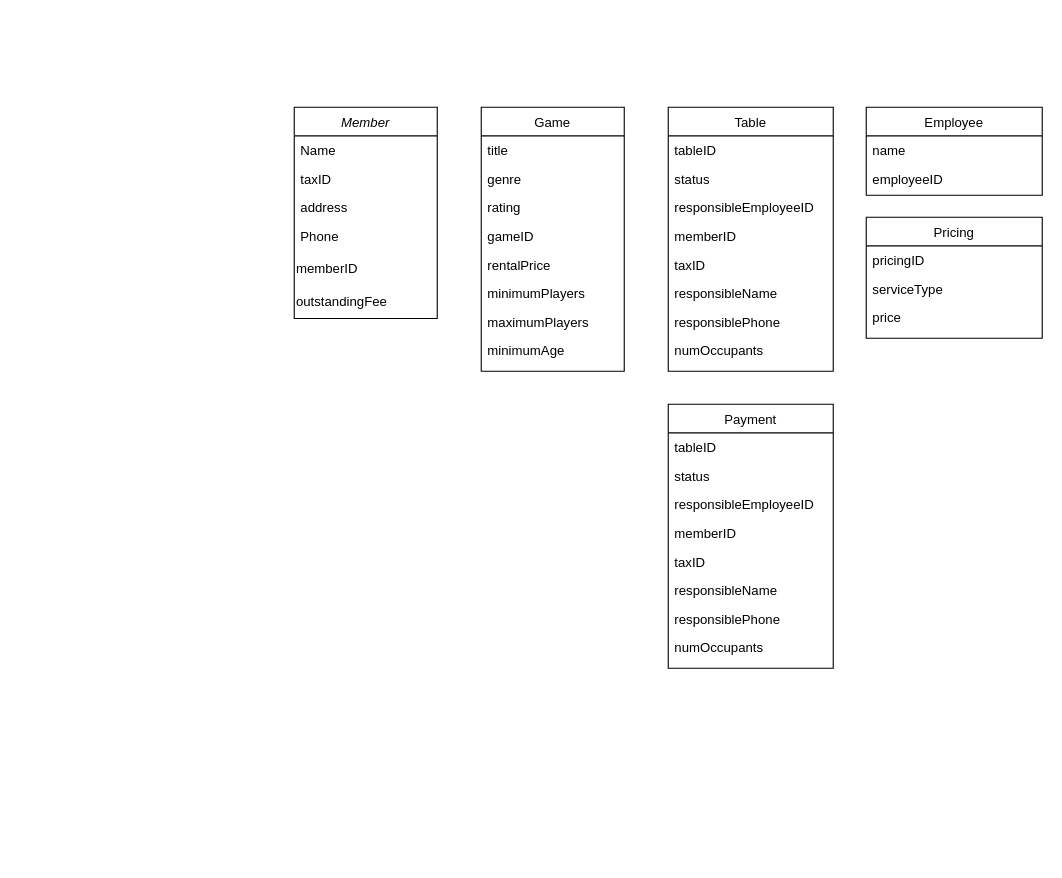
The draw.io diagram Untitled Diagram.drawio in luccamarshall/DCO, before the edit. Source tidied: cells renumbered, new cells numbered last; positions are measured from the earlier drawing's top-left corner, leaving out a move shared by most shapes. Both pictures are drawn from the tidied source at 110%, with x=0, y=0 at pixel (294, 107).
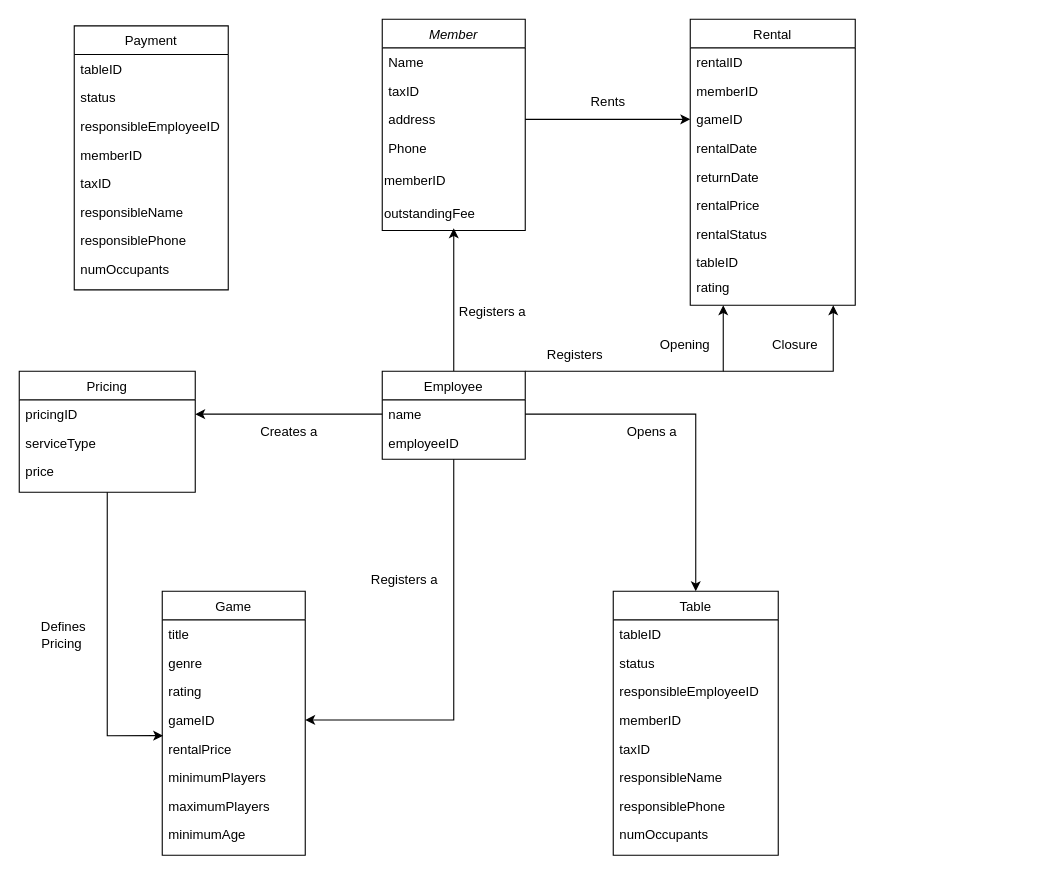
The same diagram, later.

The change refers to these unchanged cells:
```xml
<mxCell id="5" value="address" style="text;align=left;verticalAlign=top;spacingLeft=4;spacingRight=4;overflow=hidden;points=[[0,0.5],[1,0.5]];portConstraint=eastwest;rounded=0;shadow=0;html=0;" parent="2" vertex="1">
  <mxGeometry y="78" width="130" height="26" as="geometry" />
</mxCell>
<mxCell id="25" value="gameID" style="text;align=left;verticalAlign=top;spacingLeft=4;spacingRight=4;overflow=hidden;points=[[0,0.5],[1,0.5]];portConstraint=eastwest;rounded=0;shadow=0;html=0;" parent="21" vertex="1">
  <mxGeometry y="104" width="130" height="26" as="geometry" />
</mxCell>
<mxCell id="26" value="rentalPrice" style="text;align=left;verticalAlign=top;spacingLeft=4;spacingRight=4;overflow=hidden;points=[[0,0.5],[1,0.5]];portConstraint=eastwest;rounded=0;shadow=0;html=0;" parent="21" vertex="1">
  <mxGeometry y="130" width="130" height="26" as="geometry" />
</mxCell>
<mxCell id="40" value="pricingID" style="text;align=left;verticalAlign=top;spacingLeft=4;spacingRight=4;overflow=hidden;points=[[0,0.5],[1,0.5]];portConstraint=eastwest;" parent="39" vertex="1">
  <mxGeometry y="26" width="160" height="26" as="geometry" />
</mxCell>
```

What changed in the source:
```diff
@@
     <mxCell id="2" value="Member" style="swimlane;fontStyle=2;align=center;verticalAlign=top;horizontal=1;startSize=26;rounded=0;shadow=0;strokeWidth=1;" parent="1" vertex="1">
-      <mxGeometry width="130" height="192" as="geometry" />
+      <mxGeometry x="80" y="-80" width="130" height="192" as="geometry" />
     </mxCell>
@@
+    <mxCell id="43" style="edgeStyle=orthogonalEdgeStyle;rounded=0;jettySize=auto;html=1;" parent="1" edge="1" source="9">
+      <mxGeometry relative="1" as="geometry">
+        <mxPoint x="145" y="110" as="targetPoint" />
+      </mxGeometry>
+    </mxCell>
+    <mxCell id="44" style="edgeStyle=orthogonalEdgeStyle;rounded=0;jettySize=auto;html=1;entryX=1;entryY=0.5;entryDx=0;entryDy=0;" parent="1" edge="1" source="9" target="25">
+      <mxGeometry relative="1" as="geometry" />
+    </mxCell>
+    <mxCell id="45" style="edgeStyle=orthogonalEdgeStyle;rounded=0;jettySize=auto;html=1;exitX=1;exitY=0;exitDx=0;exitDy=0;" parent="1" edge="1" source="9">
+      <mxGeometry relative="1" as="geometry">
+        <mxPoint x="390" y="180" as="targetPoint" />
+        <Array as="points">
+          <mxPoint x="390" y="240" />
+          <mxPoint x="390" y="180" />
+        </Array>
+      </mxGeometry>
+    </mxCell>
     <mxCell id="9" value="Employee" style="swimlane;fontStyle=0;align=center;verticalAlign=top;horizontal=1;startSize=26;rounded=0;shadow=0;strokeWidth=1;" parent="1" vertex="1">
-      <mxGeometry x="520" width="160" height="80" as="geometry" />
+      <mxGeometry x="80" y="240" width="130" height="80" as="geometry" />
     </mxCell>
     <mxCell id="10" value="name" style="text;align=left;verticalAlign=top;spacingLeft=4;spacingRight=4;overflow=hidden;points=[[0,0.5],[1,0.5]];portConstraint=eastwest;" parent="9" vertex="1">
-      <mxGeometry y="26" width="160" height="26" as="geometry" />
+      <mxGeometry y="26" width="130" height="26" as="geometry" />
     </mxCell>
     <mxCell id="11" value="employeeID" style="text;align=left;verticalAlign=top;spacingLeft=4;spacingRight=4;overflow=hidden;rounded=0;shadow=0;html=0;" parent="9" vertex="1">
-      <mxGeometry y="52" width="160" height="26" as="geometry" />
+      <mxGeometry y="52" width="130" height="26" as="geometry" />
     </mxCell>
     <mxCell id="12" value="Table" style="swimlane;fontStyle=0;align=center;verticalAlign=top;horizontal=1;startSize=26;rounded=0;shadow=0;strokeWidth=1;" parent="1" vertex="1">
-      <mxGeometry x="340" width="150" height="240" as="geometry" />
+      <mxGeometry x="290" y="440" width="150" height="240" as="geometry" />
     </mxCell>
@@
     <mxCell id="21" value="Game" style="swimlane;fontStyle=0;align=center;verticalAlign=top;horizontal=1;startSize=26;rounded=0;shadow=0;strokeWidth=1;" parent="1" vertex="1">
-      <mxGeometry x="170" width="130" height="240" as="geometry" />
+      <mxGeometry x="-120" y="440" width="130" height="240" as="geometry" />
     </mxCell>
@@
     <mxCell id="30" value="Payment" style="swimlane;fontStyle=0;align=center;verticalAlign=top;horizontal=1;startSize=26;rounded=0;shadow=0;strokeWidth=1;" parent="1" vertex="1">
-      <mxGeometry x="340" y="270" width="150" height="240" as="geometry" />
+      <mxGeometry x="-200" y="-74" width="140" height="240" as="geometry" />
     </mxCell>
     <mxCell id="31" value="tableID" style="text;align=left;verticalAlign=top;spacingLeft=4;spacingRight=4;overflow=hidden;" parent="30" vertex="1">
-      <mxGeometry y="26" width="150" height="26" as="geometry" />
+      <mxGeometry y="26" width="140" height="26" as="geometry" />
     </mxCell>
     <mxCell id="32" value="status" style="text;align=left;verticalAlign=top;spacingLeft=4;spacingRight=4;overflow=hidden;" parent="30" vertex="1">
-      <mxGeometry y="52" width="150" height="26" as="geometry" />
+      <mxGeometry y="52" width="140" height="26" as="geometry" />
     </mxCell>
     <mxCell id="33" value="responsibleEmployeeID" style="text;align=left;verticalAlign=top;spacingLeft=4;spacingRight=4;overflow=hidden;" parent="30" vertex="1">
-      <mxGeometry y="78" width="150" height="26" as="geometry" />
+      <mxGeometry y="78" width="140" height="26" as="geometry" />
     </mxCell>
     <mxCell id="34" value="memberID" style="text;align=left;verticalAlign=top;spacingLeft=4;spacingRight=4;overflow=hidden;" parent="30" vertex="1">
-      <mxGeometry y="104" width="150" height="26" as="geometry" />
+      <mxGeometry y="104" width="140" height="26" as="geometry" />
     </mxCell>
     <mxCell id="35" value="taxID" style="text;align=left;verticalAlign=top;spacingLeft=4;spacingRight=4;overflow=hidden;" parent="30" vertex="1">
-      <mxGeometry y="130" width="150" height="26" as="geometry" />
+      <mxGeometry y="130" width="140" height="26" as="geometry" />
     </mxCell>
     <mxCell id="36" value="responsibleName" style="text;align=left;verticalAlign=top;spacingLeft=4;spacingRight=4;overflow=hidden;" parent="30" vertex="1">
-      <mxGeometry y="156" width="150" height="26" as="geometry" />
+      <mxGeometry y="156" width="140" height="26" as="geometry" />
     </mxCell>
     <mxCell id="37" value="responsiblePhone" style="text;align=left;verticalAlign=top;spacingLeft=4;spacingRight=4;overflow=hidden;" parent="30" vertex="1">
-      <mxGeometry y="182" width="150" height="26" as="geometry" />
+      <mxGeometry y="182" width="140" height="26" as="geometry" />
     </mxCell>
     <mxCell id="38" value="numOccupants&#10;" style="text;align=left;verticalAlign=top;spacingLeft=4;spacingRight=4;overflow=hidden;" parent="30" vertex="1">
-      <mxGeometry y="208" width="150" height="26" as="geometry" />
+      <mxGeometry y="208" width="140" height="26" as="geometry" />
     </mxCell>
+    <mxCell id="46" style="edgeStyle=orthogonalEdgeStyle;rounded=0;jettySize=auto;html=1;entryX=0.006;entryY=0.049;entryDx=0;entryDy=0;entryPerimeter=0;" parent="1" edge="1" source="39" target="26">
+      <mxGeometry relative="1" as="geometry" />
+    </mxCell>
     <mxCell id="39" value="Pricing" style="swimlane;fontStyle=0;align=center;verticalAlign=top;horizontal=1;startSize=26;rounded=0;shadow=0;strokeWidth=1;" parent="1" vertex="1">
-      <mxGeometry x="520" y="100" width="160" height="110" as="geometry" />
+      <mxGeometry x="-250" y="240" width="160" height="110" as="geometry" />
     </mxCell>
@@
+    <mxCell id="47" value="Rental" style="swimlane;fontStyle=0;align=center;verticalAlign=top;horizontal=1;startSize=26;rounded=0;shadow=0;strokeWidth=1;" parent="1" vertex="1">
+      <mxGeometry x="360" y="-80" width="150" height="260" as="geometry" />
+    </mxCell>
+    <mxCell id="48" value="rentalID" style="text;align=left;verticalAlign=top;spacingLeft=4;spacingRight=4;overflow=hidden;" parent="47" vertex="1">
+      <mxGeometry y="26" width="150" height="26" as="geometry" />
+    </mxCell>
+    <mxCell id="49" value="memberID" style="text;align=left;verticalAlign=top;spacingLeft=4;spacingRight=4;overflow=hidden;" parent="47" vertex="1">
+      <mxGeometry y="52" width="150" height="26" as="geometry" />
+    </mxCell>
+    <mxCell id="50" value="gameID" style="text;align=left;verticalAlign=top;spacingLeft=4;spacingRight=4;overflow=hidden;points=[[0,0.5],[1,0.5]];portConstraint=eastwest;" parent="47" vertex="1">
+      <mxGeometry y="78" width="150" height="26" as="geometry" />
+    </mxCell>
+    <mxCell id="51" value="rentalDate" style="text;align=left;verticalAlign=top;spacingLeft=4;spacingRight=4;overflow=hidden;" parent="47" vertex="1">
+      <mxGeometry y="104" width="150" height="26" as="geometry" />
+    </mxCell>
+    <mxCell id="52" value="returnDate" style="text;align=left;verticalAlign=top;spacingLeft=4;spacingRight=4;overflow=hidden;" parent="47" vertex="1">
+      <mxGeometry y="130" width="150" height="26" as="geometry" />
+    </mxCell>
+    <mxCell id="53" value="rentalPrice" style="text;align=left;verticalAlign=top;spacingLeft=4;spacingRight=4;overflow=hidden;" parent="47" vertex="1">
+      <mxGeometry y="156" width="150" height="26" as="geometry" />
+    </mxCell>
+    <mxCell id="54" value="rentalStatus" style="text;align=left;verticalAlign=top;spacingLeft=4;spacingRight=4;overflow=hidden;" parent="47" vertex="1">
+      <mxGeometry y="182" width="150" height="26" as="geometry" />
+    </mxCell>
+    <mxCell id="55" value="tableID" style="text;align=left;verticalAlign=top;spacingLeft=4;spacingRight=4;overflow=hidden;" parent="47" vertex="1">
+      <mxGeometry y="208" width="150" height="22" as="geometry" />
+    </mxCell>
+    <mxCell id="56" value="rating" style="text;align=left;verticalAlign=top;spacingLeft=4;spacingRight=4;overflow=hidden;" parent="47" vertex="1">
+      <mxGeometry y="230" width="150" height="22" as="geometry" />
+    </mxCell>
+    <mxCell id="57" value="Rents" style="text;html=1;align=center;verticalAlign=middle;strokeColor=none;fillColor=none;" parent="1" vertex="1">
+      <mxGeometry x="260" y="-20" width="50" height="30" as="geometry" />
+    </mxCell>
+    <mxCell id="58" value="Creates a" style="text;html=1;align=center;verticalAlign=middle;strokeColor=none;fillColor=none;" parent="1" vertex="1">
+      <mxGeometry x="-45" y="280" width="80" height="30" as="geometry" />
+    </mxCell>
+    <mxCell id="59" style="edgeStyle=orthogonalEdgeStyle;rounded=0;jettySize=auto;html=1;entryX=1;entryY=0.5;entryDx=0;entryDy=0;" parent="1" edge="1" source="10" target="40">
+      <mxGeometry relative="1" as="geometry" />
+    </mxCell>
+    <mxCell id="60" value="Registers a" style="text;html=1;align=center;verticalAlign=middle;strokeColor=none;fillColor=none;" parent="1" vertex="1">
+      <mxGeometry x="140" y="171" width="80" height="30" as="geometry" />
+    </mxCell>
+    <mxCell id="61" style="edgeStyle=orthogonalEdgeStyle;rounded=0;jettySize=auto;html=1;entryX=0;entryY=0.5;entryDx=0;entryDy=0;" parent="1" edge="1" source="5" target="50">
+      <mxGeometry relative="1" as="geometry" />
+    </mxCell>
+    <mxCell id="62" value="Registers a" style="text;html=1;align=center;verticalAlign=middle;strokeColor=none;fillColor=none;" parent="1" vertex="1">
+      <mxGeometry x="60" y="415" width="80" height="30" as="geometry" />
+    </mxCell>
+    <mxCell id="63" style="edgeStyle=orthogonalEdgeStyle;rounded=0;jettySize=auto;html=1;entryX=0.5;entryY=0;entryDx=0;entryDy=0;" parent="1" edge="1" source="10" target="12">
+      <mxGeometry relative="1" as="geometry" />
+    </mxCell>
+    <mxCell id="64" value="Opens a" style="text;html=1;align=center;verticalAlign=middle;strokeColor=none;fillColor=none;" parent="1" vertex="1">
+      <mxGeometry x="290" y="280" width="70" height="30" as="geometry" />
+    </mxCell>
+    <mxCell id="65" value="Defines&lt;br&gt;Pricing&amp;nbsp;" style="text;html=1;align=center;verticalAlign=middle;strokeColor=none;fillColor=none;" parent="1" vertex="1">
+      <mxGeometry x="-240" y="460" width="60" height="40" as="geometry" />
+    </mxCell>
+    <mxCell id="66" value="Registers" style="text;html=1;align=center;verticalAlign=middle;strokeColor=none;fillColor=none;" parent="1" vertex="1">
+      <mxGeometry x="220" y="210" width="70" height="30" as="geometry" />
+    </mxCell>
+    <mxCell id="67" style="edgeStyle=none;orthogonalLoop=1;jettySize=auto;html=1;rounded=0;" parent="1" edge="1">
+      <mxGeometry relative="1" as="geometry">
+        <mxPoint x="390" y="240" as="sourcePoint" />
+        <mxPoint x="490" y="180" as="targetPoint" />
+        <Array as="points">
+          <mxPoint x="490" y="240" />
+        </Array>
+      </mxGeometry>
+    </mxCell>
+    <mxCell id="68" value="Opening" style="text;html=1;align=center;verticalAlign=middle;strokeColor=none;fillColor=none;" parent="1" vertex="1">
+      <mxGeometry x="320" y="201" width="70" height="30" as="geometry" />
+    </mxCell>
+    <mxCell id="69" value="Closure" style="text;html=1;align=center;verticalAlign=middle;strokeColor=none;fillColor=none;" parent="1" vertex="1">
+      <mxGeometry x="425" y="201" width="60" height="30" as="geometry" />
+    </mxCell>
```
